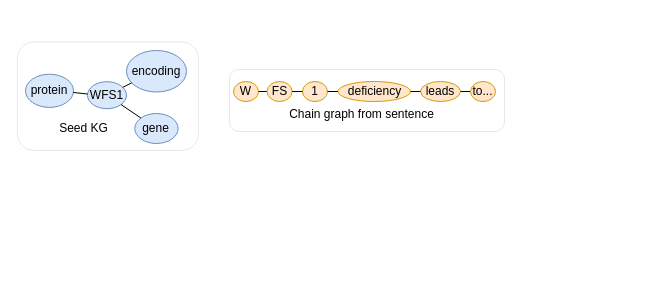
The draw.io diagram chain_graph.drawio in MargaritaBelova/flowcharts, before the edit. Source tidied: cells renumbered, new cells numbered last; positions are measured from the earlier drawing's top-left corner, leaving out a move shared by most shapes. Both pictures are drawn from the tidied source at 100%, with x=0, y=0 at pixel (17, 24).
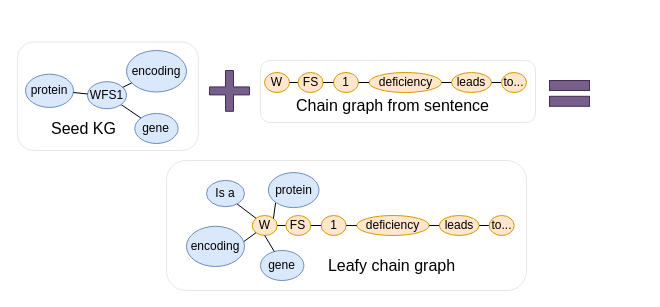
The same page after the edit.

Change to the diagram source:
```diff
@@
-    <mxCell id="3" style="group;" parent="1" vertex="1">
-      <mxGeometry x="390" y="-0.2" width="235" height="247.2" as="geometry" />
-    </mxCell>
+    <mxCell id="24" value="&lt;font style=&quot;font-size: 12px;&quot;&gt;gene&lt;/font&gt;" style="strokeWidth=1;dashed=0;align=center;fontSize=8;shape=ellipse;perimeter=ellipsePerimeter;whiteSpace=wrap;html=1;fillColor=#dae8fc;strokeColor=#6c8ebf;" parent="1" vertex="1">
+      <mxGeometry x="117.3" y="89" width="43.3" height="30" as="geometry" />
+    </mxCell>
+    <mxCell id="25" style="edgeStyle=none;endArrow=none;dashed=0;html=1;strokeWidth=1;rounded=0;" parent="1" edge="1" source="7" target="24">
+      <mxGeometry relative="1" as="geometry" />
+    </mxCell>
+    <mxCell id="26" style="shape=cross;whiteSpace=wrap;html=1;fillColor=#76608a;fontColor=#ffffff;strokeColor=#432D57;" parent="1" vertex="1">
+      <mxGeometry x="192" y="46" width="40" height="40.8" as="geometry" />
+    </mxCell>
-    <mxCell id="4" style="edgeStyle=orthogonalEdgeStyle;rounded=0;orthogonalLoop=1;jettySize=auto;html=1;exitX=1;exitY=0;exitDx=0;exitDy=0;strokeColor=none;" parent="3" edge="1">
+    <mxCell id="4" style="edgeStyle=orthogonalEdgeStyle;rounded=0;orthogonalLoop=1;jettySize=auto;html=1;exitX=1;exitY=0;exitDx=0;exitDy=0;strokeColor=none;" parent="1" edge="1">
       <mxGeometry relative="1" as="geometry">
-        <mxPoint x="-147.3" y="190.7" as="sourcePoint" />
-        <mxPoint x="-91" y="0.2" as="targetPoint" />
+        <mxPoint x="302.7" y="190.5" as="sourcePoint" />
+        <mxPoint x="359" as="targetPoint" />
       </mxGeometry>
     </mxCell>
-    <mxCell id="5" value="&lt;font style=&quot;font-size: 12px;&quot;&gt;encoding&lt;/font&gt;" style="strokeWidth=1;dashed=0;align=center;fontSize=8;shape=ellipse;perimeter=ellipsePerimeter;whiteSpace=wrap;html=1;fillColor=#dae8fc;strokeColor=#6c8ebf;" parent="3" vertex="1">
-      <mxGeometry x="-281" y="26.2" width="60" height="41.5" as="geometry" />
+    <mxCell id="5" value="&lt;font style=&quot;font-size: 12px;&quot;&gt;encoding&lt;/font&gt;" style="strokeWidth=1;dashed=0;align=center;fontSize=8;shape=ellipse;perimeter=ellipsePerimeter;whiteSpace=wrap;html=1;fillColor=#dae8fc;strokeColor=#6c8ebf;" parent="1" vertex="1">
+      <mxGeometry x="109" y="26" width="60" height="41.5" as="geometry" />
     </mxCell>
-    <mxCell id="6" value="&lt;font style=&quot;font-size: 12px;&quot;&gt;protein&lt;/font&gt;" style="strokeWidth=1;dashed=0;align=center;fontSize=8;shape=ellipse;perimeter=ellipsePerimeter;whiteSpace=wrap;html=1;fillColor=#dae8fc;strokeColor=#6c8ebf;" parent="3" vertex="1">
-      <mxGeometry x="-382" y="49.9" width="48" height="33.2" as="geometry" />
+    <mxCell id="6" value="&lt;font style=&quot;font-size: 12px;&quot;&gt;protein&lt;/font&gt;" style="strokeWidth=1;dashed=0;align=center;fontSize=8;shape=ellipse;perimeter=ellipsePerimeter;whiteSpace=wrap;html=1;fillColor=#dae8fc;strokeColor=#6c8ebf;" parent="1" vertex="1">
+      <mxGeometry x="8" y="49.7" width="48" height="33.2" as="geometry" />
     </mxCell>
-    <mxCell id="7" value="&lt;font style=&quot;font-size: 12px;&quot;&gt;WFS1&lt;/font&gt;" style="strokeWidth=1;dashed=0;align=center;fontSize=8;shape=ellipse;perimeter=ellipsePerimeter;whiteSpace=wrap;html=1;fillColor=#dae8fc;strokeColor=#6c8ebf;" parent="3" vertex="1">
-      <mxGeometry x="-320" y="57.4" width="39" height="27" as="geometry" />
+    <mxCell id="7" value="&lt;font style=&quot;font-size: 12px;&quot;&gt;WFS1&lt;/font&gt;" style="strokeWidth=1;dashed=0;align=center;fontSize=8;shape=ellipse;perimeter=ellipsePerimeter;whiteSpace=wrap;html=1;fillColor=#dae8fc;strokeColor=#6c8ebf;" parent="1" vertex="1">
+      <mxGeometry x="70" y="57.2" width="39" height="27" as="geometry" />
     </mxCell>
-    <mxCell id="8" style="edgeStyle=none;endArrow=none;dashed=0;html=1;strokeWidth=1;rounded=0;" parent="3" edge="1" source="7" target="5">
+    <mxCell id="8" style="edgeStyle=none;endArrow=none;dashed=0;html=1;strokeWidth=1;rounded=0;" parent="1" edge="1" source="7" target="5">
       <mxGeometry relative="1" as="geometry" />
     </mxCell>
-    <mxCell id="9" style="edgeStyle=none;endArrow=none;dashed=0;html=1;strokeWidth=1;rounded=0;" parent="3" edge="1" source="7" target="6">
+    <mxCell id="9" style="edgeStyle=none;endArrow=none;dashed=0;html=1;strokeWidth=1;rounded=0;" parent="1" edge="1" source="7" target="6">
       <mxGeometry relative="1" as="geometry" />
     </mxCell>
-    <mxCell id="10" value="Seed KG" style="text;html=1;align=center;verticalAlign=middle;strokeColor=none;fillColor=none;" parent="3" vertex="1">
-      <mxGeometry x="-359" y="89.2" width="70" height="30" as="geometry" />
+    <mxCell id="10" value="&lt;font style=&quot;font-size: 16px;&quot;&gt;Seed KG&lt;/font&gt;" style="text;html=1;align=center;verticalAlign=middle;strokeColor=none;fillColor=none;" parent="1" vertex="1">
+      <mxGeometry x="21" y="89" width="90" height="30" as="geometry" />
     </mxCell>
-    <mxCell id="11" style="rounded=1;whiteSpace=wrap;html=1;strokeColor=default;strokeWidth=0;" parent="3" vertex="1">
-      <mxGeometry x="-178" y="45.2" width="275" height="62" as="geometry" />
+    <mxCell id="11" style="rounded=1;whiteSpace=wrap;html=1;strokeColor=default;strokeWidth=0;" parent="1" vertex="1">
+      <mxGeometry x="243" y="36" width="275" height="62" as="geometry" />
     </mxCell>
-    <mxCell id="12" value="W" style="ellipse;whiteSpace=wrap;html=1;fillColor=#ffe6cc;strokeColor=#d79b00;" parent="3" vertex="1">
-      <mxGeometry x="-174" y="57.2" width="25" height="20" as="geometry" />
+    <mxCell id="12" value="W" style="ellipse;whiteSpace=wrap;html=1;fillColor=#ffe6cc;strokeColor=#d79b00;" parent="1" vertex="1">
+      <mxGeometry x="247" y="48" width="25" height="20" as="geometry" />
     </mxCell>
-    <mxCell id="13" style="edgeStyle=orthogonalEdgeStyle;rounded=0;jettySize=auto;html=1;exitX=0;exitY=0.5;exitDx=0;exitDy=0;entryX=1;entryY=0.5;entryDx=0;entryDy=0;endArrow=none;endFill=0;" parent="3" edge="1" source="14" target="12">
+    <mxCell id="13" style="edgeStyle=orthogonalEdgeStyle;rounded=0;jettySize=auto;html=1;exitX=0;exitY=0.5;exitDx=0;exitDy=0;entryX=1;entryY=0.5;entryDx=0;entryDy=0;endArrow=none;endFill=0;" parent="1" edge="1" source="14" target="12">
       <mxGeometry relative="1" as="geometry" />
     </mxCell>
-    <mxCell id="14" value="FS" style="ellipse;whiteSpace=wrap;html=1;fillColor=#ffe6cc;strokeColor=#d79b00;" parent="3" vertex="1">
-      <mxGeometry x="-140.4" y="57.2" width="25" height="20" as="geometry" />
+    <mxCell id="14" value="FS" style="ellipse;whiteSpace=wrap;html=1;fillColor=#ffe6cc;strokeColor=#d79b00;" parent="1" vertex="1">
+      <mxGeometry x="280.6" y="48" width="25" height="20" as="geometry" />
     </mxCell>
-    <mxCell id="15" value="1" style="ellipse;whiteSpace=wrap;html=1;fillColor=#ffe6cc;strokeColor=#d79b00;" parent="3" vertex="1">
-      <mxGeometry x="-105" y="57.2" width="25" height="20" as="geometry" />
+    <mxCell id="15" value="1" style="ellipse;whiteSpace=wrap;html=1;fillColor=#ffe6cc;strokeColor=#d79b00;" parent="1" vertex="1">
+      <mxGeometry x="316" y="48" width="25" height="20" as="geometry" />
     </mxCell>
-    <mxCell id="16" style="rounded=0;jettySize=auto;html=1;exitX=1;exitY=0.5;exitDx=0;exitDy=0;entryX=0;entryY=0.5;entryDx=0;entryDy=0;endArrow=none;endFill=0;" parent="3" edge="1" source="14" target="15">
+    <mxCell id="16" style="rounded=0;jettySize=auto;html=1;exitX=1;exitY=0.5;exitDx=0;exitDy=0;entryX=0;entryY=0.5;entryDx=0;entryDy=0;endArrow=none;endFill=0;" parent="1" edge="1" source="14" target="15">
       <mxGeometry relative="1" as="geometry" />
     </mxCell>
-    <mxCell id="17" value="deficiency" style="ellipse;whiteSpace=wrap;html=1;fillColor=#ffe6cc;strokeColor=#d79b00;" parent="3" vertex="1">
-      <mxGeometry x="-69.5" y="57.2" width="72.5" height="20" as="geometry" />
+    <mxCell id="17" value="deficiency" style="ellipse;whiteSpace=wrap;html=1;fillColor=#ffe6cc;strokeColor=#d79b00;" parent="1" vertex="1">
+      <mxGeometry x="351.5" y="48" width="72.5" height="20" as="geometry" />
     </mxCell>
-    <mxCell id="18" value="leads" style="ellipse;whiteSpace=wrap;html=1;fillColor=#ffe6cc;strokeColor=#d79b00;" parent="3" vertex="1">
-      <mxGeometry x="13" y="57.2" width="40" height="20" as="geometry" />
+    <mxCell id="18" value="leads" style="ellipse;whiteSpace=wrap;html=1;fillColor=#ffe6cc;strokeColor=#d79b00;" parent="1" vertex="1">
+      <mxGeometry x="434" y="48" width="40" height="20" as="geometry" />
     </mxCell>
-    <mxCell id="19" style="edgeStyle=none;rounded=0;jettySize=auto;html=1;exitX=1;exitY=0.5;exitDx=0;exitDy=0;entryX=0;entryY=0.5;entryDx=0;entryDy=0;endArrow=none;endFill=0;" parent="3" edge="1" source="17" target="18">
+    <mxCell id="19" style="edgeStyle=none;rounded=0;jettySize=auto;html=1;exitX=1;exitY=0.5;exitDx=0;exitDy=0;entryX=0;entryY=0.5;entryDx=0;entryDy=0;endArrow=none;endFill=0;" parent="1" edge="1" source="17" target="18">
       <mxGeometry relative="1" as="geometry" />
     </mxCell>
-    <mxCell id="20" style="endArrow=none;html=1;rounded=0;entryX=0;entryY=0.5;entryDx=0;entryDy=0;" parent="3" edge="1" target="17">
+    <mxCell id="20" style="endArrow=none;html=1;rounded=0;entryX=0;entryY=0.5;entryDx=0;entryDy=0;" parent="1" edge="1" target="17">
       <mxGeometry relative="1" as="geometry">
-        <mxPoint x="-80" y="67.2" as="sourcePoint" />
+        <mxPoint x="341" y="58" as="sourcePoint" />
       </mxGeometry>
     </mxCell>
-    <mxCell id="21" style="edgeStyle=none;rounded=0;jettySize=auto;html=1;exitX=0;exitY=0.5;exitDx=0;exitDy=0;entryX=1;entryY=0.5;entryDx=0;entryDy=0;endArrow=none;endFill=0;" parent="3" edge="1" source="22" target="18">
+    <mxCell id="21" style="edgeStyle=none;rounded=0;jettySize=auto;html=1;exitX=0;exitY=0.5;exitDx=0;exitDy=0;entryX=1;entryY=0.5;entryDx=0;entryDy=0;endArrow=none;endFill=0;" parent="1" edge="1" source="22" target="18">
       <mxGeometry relative="1" as="geometry" />
     </mxCell>
-    <mxCell id="22" value="to..." style="ellipse;whiteSpace=wrap;html=1;fillColor=#ffe6cc;strokeColor=#d79b00;" parent="3" vertex="1">
-      <mxGeometry x="63" y="57.2" width="25" height="20" as="geometry" />
+    <mxCell id="22" value="to..." style="ellipse;whiteSpace=wrap;html=1;fillColor=#ffe6cc;strokeColor=#d79b00;" parent="1" vertex="1">
+      <mxGeometry x="484" y="48" width="25" height="20" as="geometry" />
     </mxCell>
-    <mxCell id="23" value="Chain graph from sentence" style="text;html=1;align=center;verticalAlign=middle;strokeColor=none;fillColor=none;" parent="3" vertex="1">
-      <mxGeometry x="-131" y="75.2" width="170" height="30" as="geometry" />
+    <mxCell id="23" value="&lt;font style=&quot;font-size: 16px;&quot;&gt;Chain graph from sentence&lt;/font&gt;" style="text;html=1;align=center;verticalAlign=middle;strokeColor=none;fillColor=none;" parent="1" vertex="1">
+      <mxGeometry x="265" y="66" width="220" height="30" as="geometry" />
     </mxCell>
-    <mxCell id="24" value="&lt;font style=&quot;font-size: 12px;&quot;&gt;gene&lt;/font&gt;" style="strokeWidth=1;dashed=0;align=center;fontSize=8;shape=ellipse;perimeter=ellipsePerimeter;whiteSpace=wrap;html=1;fillColor=#dae8fc;strokeColor=#6c8ebf;" parent="1" vertex="1">
-      <mxGeometry x="117.3" y="89" width="43.3" height="30" as="geometry" />
-    </mxCell>
-    <mxCell id="25" style="edgeStyle=none;endArrow=none;dashed=0;html=1;strokeWidth=1;rounded=0;" parent="1" edge="1" source="7" target="24">
-      <mxGeometry relative="1" as="geometry" />
-    </mxCell>
+    <mxCell id="27" style="group;" parent="1" vertex="1">
+      <mxGeometry x="532" y="56" width="40" height="25.8" as="geometry" />
+    </mxCell>
+    <mxCell id="28" style="rounded=0;whiteSpace=wrap;html=1;fillColor=#76608a;fontColor=#ffffff;strokeColor=#432D57;" parent="27" vertex="1">
+      <mxGeometry width="40" height="10" as="geometry" />
+    </mxCell>
+    <mxCell id="29" style="rounded=0;whiteSpace=wrap;html=1;fillColor=#76608a;fontColor=#ffffff;strokeColor=#432D57;" parent="27" vertex="1">
+      <mxGeometry y="15.8" width="40" height="10" as="geometry" />
+    </mxCell>
+    <mxCell id="30" style="rounded=1;whiteSpace=wrap;html=1;strokeColor=default;strokeWidth=0;" parent="1" vertex="1">
+      <mxGeometry x="149" y="136" width="360" height="130" as="geometry" />
+    </mxCell>
+    <mxCell id="31" value="W" style="ellipse;whiteSpace=wrap;html=1;fillColor=#ffe6cc;strokeColor=#d79b00;" parent="1" vertex="1">
+      <mxGeometry x="234.7" y="191" width="25" height="20" as="geometry" />
+    </mxCell>
+    <mxCell id="32" style="edgeStyle=orthogonalEdgeStyle;rounded=0;jettySize=auto;html=1;exitX=0;exitY=0.5;exitDx=0;exitDy=0;entryX=1;entryY=0.5;entryDx=0;entryDy=0;endArrow=none;endFill=0;" parent="1" edge="1" source="33" target="31">
+      <mxGeometry relative="1" as="geometry" />
+    </mxCell>
+    <mxCell id="33" value="FS" style="ellipse;whiteSpace=wrap;html=1;fillColor=#ffe6cc;strokeColor=#d79b00;" parent="1" vertex="1">
+      <mxGeometry x="268.3" y="191" width="25" height="20" as="geometry" />
+    </mxCell>
+    <mxCell id="34" value="1" style="ellipse;whiteSpace=wrap;html=1;fillColor=#ffe6cc;strokeColor=#d79b00;" parent="1" vertex="1">
+      <mxGeometry x="303.7" y="191" width="25" height="20" as="geometry" />
+    </mxCell>
+    <mxCell id="35" style="rounded=0;jettySize=auto;html=1;exitX=1;exitY=0.5;exitDx=0;exitDy=0;entryX=0;entryY=0.5;entryDx=0;entryDy=0;endArrow=none;endFill=0;" parent="1" edge="1" source="33" target="34">
+      <mxGeometry relative="1" as="geometry" />
+    </mxCell>
+    <mxCell id="36" value="deficiency" style="ellipse;whiteSpace=wrap;html=1;fillColor=#ffe6cc;strokeColor=#d79b00;" parent="1" vertex="1">
+      <mxGeometry x="339.2" y="191" width="72.5" height="20" as="geometry" />
+    </mxCell>
+    <mxCell id="37" value="leads" style="ellipse;whiteSpace=wrap;html=1;fillColor=#ffe6cc;strokeColor=#d79b00;" parent="1" vertex="1">
+      <mxGeometry x="421.7" y="191" width="40" height="20" as="geometry" />
+    </mxCell>
+    <mxCell id="38" style="edgeStyle=none;rounded=0;jettySize=auto;html=1;exitX=1;exitY=0.5;exitDx=0;exitDy=0;entryX=0;entryY=0.5;entryDx=0;entryDy=0;endArrow=none;endFill=0;" parent="1" edge="1" source="36" target="37">
+      <mxGeometry relative="1" as="geometry" />
+    </mxCell>
+    <mxCell id="39" style="endArrow=none;html=1;rounded=0;entryX=0;entryY=0.5;entryDx=0;entryDy=0;" parent="1" edge="1" target="36">
+      <mxGeometry relative="1" as="geometry">
+        <mxPoint x="328.7" y="201" as="sourcePoint" />
+      </mxGeometry>
+    </mxCell>
+    <mxCell id="40" style="edgeStyle=none;rounded=0;jettySize=auto;html=1;exitX=0;exitY=0.5;exitDx=0;exitDy=0;entryX=1;entryY=0.5;entryDx=0;entryDy=0;endArrow=none;endFill=0;" parent="1" edge="1" source="41" target="37">
+      <mxGeometry relative="1" as="geometry" />
+    </mxCell>
+    <mxCell id="41" value="to..." style="ellipse;whiteSpace=wrap;html=1;fillColor=#ffe6cc;strokeColor=#d79b00;" parent="1" vertex="1">
+      <mxGeometry x="471.7" y="191" width="25" height="20" as="geometry" />
+    </mxCell>
+    <mxCell id="42" value="&lt;font style=&quot;font-size: 16px;&quot;&gt;Leafy chain graph&lt;/font&gt;" style="text;html=1;align=center;verticalAlign=middle;strokeColor=none;fillColor=none;" parent="1" vertex="1">
+      <mxGeometry x="298.7" y="226" width="150" height="30" as="geometry" />
+    </mxCell>
+    <mxCell id="43" style="endArrow=none;html=1;rounded=0;entryX=0;entryY=0;entryDx=0;entryDy=0;" parent="1" edge="1" target="31">
+      <mxGeometry relative="1" as="geometry">
+        <mxPoint x="219" y="179" as="sourcePoint" />
+      </mxGeometry>
+    </mxCell>
+    <mxCell id="44" value="&lt;font style=&quot;font-size: 12px;&quot;&gt;Is a&lt;/font&gt;" style="strokeWidth=1;dashed=0;align=center;fontSize=8;shape=ellipse;perimeter=ellipsePerimeter;whiteSpace=wrap;html=1;fillColor=#dae8fc;strokeColor=#6c8ebf;" parent="1" vertex="1">
+      <mxGeometry x="189" y="155.9" width="38" height="26.3" as="geometry" />
+    </mxCell>
+    <mxCell id="45" style="endArrow=none;html=1;rounded=0;entryX=0;entryY=1;entryDx=0;entryDy=0;exitX=0.981;exitY=0.387;exitDx=0;exitDy=0;exitPerimeter=0;" parent="1" edge="1" source="46" target="31">
+      <mxGeometry relative="1" as="geometry" />
+    </mxCell>
+    <mxCell id="46" value="&lt;font style=&quot;font-size: 12px;&quot;&gt;encoding&lt;/font&gt;" style="strokeWidth=1;dashed=0;align=center;fontSize=8;shape=ellipse;perimeter=ellipsePerimeter;whiteSpace=wrap;html=1;fillColor=#dae8fc;strokeColor=#6c8ebf;" parent="1" vertex="1">
+      <mxGeometry x="169" y="201.8" width="58" height="40.2" as="geometry" />
+    </mxCell>
+    <mxCell id="47" style="endArrow=none;html=1;rounded=0;entryX=0.5;entryY=0;entryDx=0;entryDy=0;exitX=0;exitY=1;exitDx=0;exitDy=0;" parent="1" edge="1" source="48">
+      <mxGeometry relative="1" as="geometry">
+        <mxPoint x="255.9" y="194.1" as="targetPoint" />
+      </mxGeometry>
+    </mxCell>
+    <mxCell id="48" value="&lt;font style=&quot;font-size: 12px;&quot;&gt;protein&lt;/font&gt;" style="strokeWidth=1;dashed=0;align=center;fontSize=8;shape=ellipse;perimeter=ellipsePerimeter;whiteSpace=wrap;html=1;fillColor=#dae8fc;strokeColor=#6c8ebf;" parent="1" vertex="1">
+      <mxGeometry x="250.9" y="148.1" width="50.6" height="35" as="geometry" />
+    </mxCell>
+    <mxCell id="49" value="&lt;font style=&quot;font-size: 12px;&quot;&gt;gene&lt;/font&gt;" style="strokeWidth=1;dashed=0;align=center;fontSize=8;shape=ellipse;perimeter=ellipsePerimeter;whiteSpace=wrap;html=1;fillColor=#dae8fc;strokeColor=#6c8ebf;" parent="1" vertex="1">
+      <mxGeometry x="243" y="226" width="43.4" height="30" as="geometry" />
+    </mxCell>
+    <mxCell id="50" style="endArrow=none;html=1;rounded=0;exitX=0.5;exitY=1;exitDx=0;exitDy=0;" parent="1" edge="1" source="31" target="49">
+      <mxGeometry relative="1" as="geometry" />
+    </mxCell>
```
